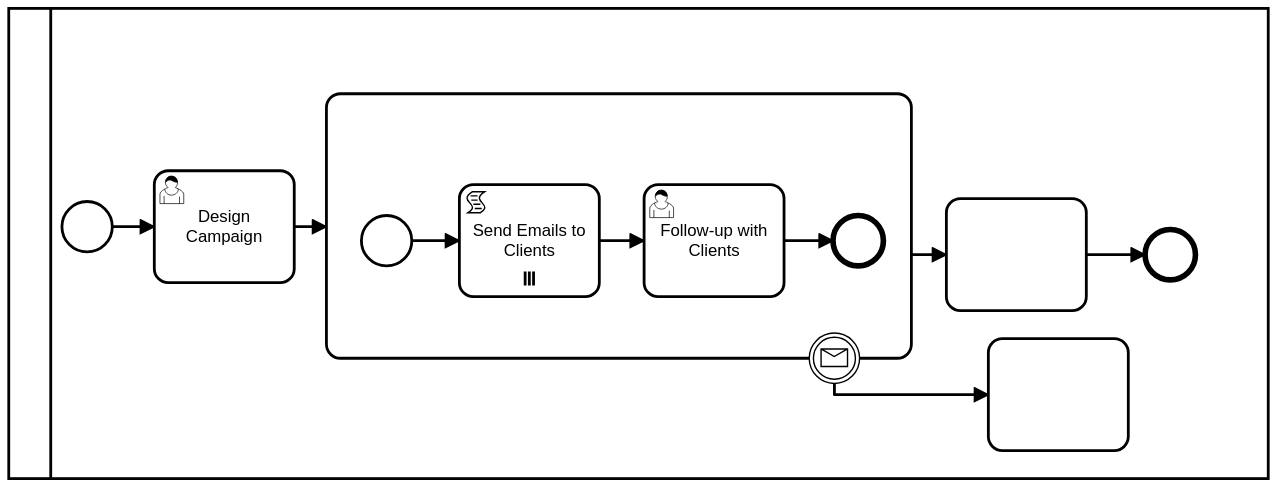
This is WebApp/processes/SubProcess.svg from bpmnServer/bpmn-server, a BPMN export, as it was before one commit. Its source is kept beside it as WebApp/processes/SubProcess.bpmn. Ids are renumbered.
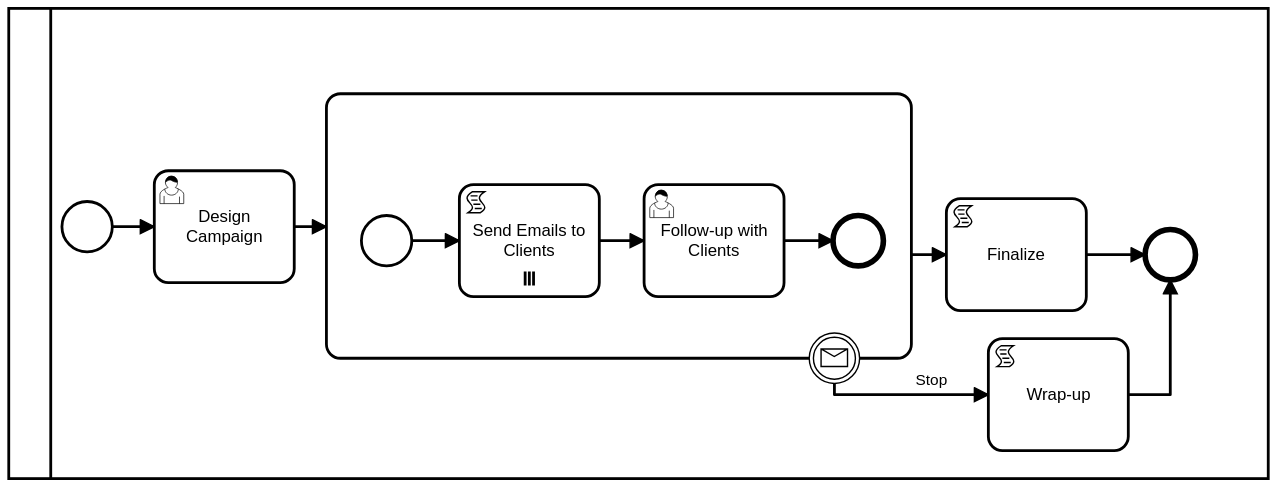
Above is the later version.

Diff of the diagram source:
```diff
@@ -64,19 +64,22 @@
         </camunda:executionListener>
       </bpmn2:extensionElements>
       <bpmn2:incoming>Flow_n11</bpmn2:incoming>
+      <bpmn2:incoming>Flow_n18</bpmn2:incoming>
     </bpmn2:endEvent>
-    <bpmn2:task id="Activity_n10">
-      <bpmn2:incoming>Flow_n6</bpmn2:incoming>
-      <bpmn2:outgoing>Flow_n11</bpmn2:outgoing>
-    </bpmn2:task>
-    <bpmn2:sequenceFlow id="Flow_n13" sourceRef="Event_n14" targetRef="Activity_n15" />
-    <bpmn2:task id="Activity_n15">
-      <bpmn2:incoming>Flow_n13</bpmn2:incoming>
-    </bpmn2:task>
+    <bpmn2:sequenceFlow id="Flow_n13" name="Stop" sourceRef="Event_n14" targetRef="Activity_n15" />
     <bpmn2:boundaryEvent id="Event_n14" attachedToRef="task_subProcess">
       <bpmn2:outgoing>Flow_n13</bpmn2:outgoing>
       <bpmn2:messageEventDefinition id="MessageEventDefinition_n16" messageRef="Message_n17" />
     </bpmn2:boundaryEvent>
+    <bpmn2:sequenceFlow id="Flow_n18" sourceRef="Activity_n15" targetRef="EndEvent_n12" />
+    <bpmn2:scriptTask id="Activity_n10" name="Finalize">
+      <bpmn2:incoming>Flow_n6</bpmn2:incoming>
+      <bpmn2:outgoing>Flow_n11</bpmn2:outgoing>
+    </bpmn2:scriptTask>
+    <bpmn2:scriptTask id="Activity_n15" name="Wrap-up">
+      <bpmn2:incoming>Flow_n13</bpmn2:incoming>
+      <bpmn2:outgoing>Flow_n18</bpmn2:outgoing>
+    </bpmn2:scriptTask>
   </bpmn2:process>
   <bpmn2:message id="Message_n17" name="Cancel_Campaign" />
   <bpmndi:BPMNDiagram id="BPMNDiagram_1">
@@ -88,6 +91,9 @@
         <di:waypoint x="730" y="282" />
         <di:waypoint x="730" y="290" />
         <di:waypoint x="840" y="290" />
+        <bpmndi:BPMNLabel>
+          <dc:Bounds x="788" y="273" width="23" height="14" />
+        </bpmndi:BPMNLabel>
       </bpmndi:BPMNEdge>
       <bpmndi:BPMNEdge id="Flow_n11_di" bpmnElement="Flow_n11">
         <di:waypoint x="910" y="190" />
@@ -111,11 +117,22 @@
           <dc:Bounds x="184" y="149" width="90" height="12" />
         </bpmndi:BPMNLabel>
       </bpmndi:BPMNEdge>
+      <bpmndi:BPMNEdge id="Flow_n18_di" bpmnElement="Flow_n18">
+        <di:waypoint x="940" y="290" />
+        <di:waypoint x="970" y="290" />
+        <di:waypoint x="970" y="208" />
+      </bpmndi:BPMNEdge>
       <bpmndi:BPMNShape id="StartEvent_n3_di" bpmnElement="StartEvent_n3">
         <dc:Bounds x="178" y="152" width="36" height="36" />
         <bpmndi:BPMNLabel>
           <dc:Bounds x="151" y="192" width="90" height="12" />
         </bpmndi:BPMNLabel>
+      </bpmndi:BPMNShape>
+      <bpmndi:BPMNShape id="Activity_1bsd6nr_di" bpmnElement="Activity_n10">
+        <dc:Bounds x="810" y="150" width="100" height="80" />
+      </bpmndi:BPMNShape>
+      <bpmndi:BPMNShape id="Activity_1us56p3_di" bpmnElement="Activity_n15">
+        <dc:Bounds x="840" y="250" width="100" height="80" />
       </bpmndi:BPMNShape>
       <bpmndi:BPMNShape id="SubProcess_1n2k7z1_di" bpmnElement="task_subProcess" isExpanded="true">
         <dc:Bounds x="367" y="75" width="418" height="189" />
@@ -168,12 +185,6 @@
           <dc:Bounds x="790" y="192" width="90" height="12" />
         </bpmndi:BPMNLabel>
       </bpmndi:BPMNShape>
-      <bpmndi:BPMNShape id="Activity_n10_di" bpmnElement="Activity_n10">
-        <dc:Bounds x="810" y="150" width="100" height="80" />
-      </bpmndi:BPMNShape>
-      <bpmndi:BPMNShape id="Activity_n15_di" bpmnElement="Activity_n15">
-        <dc:Bounds x="840" y="250" width="100" height="80" />
-      </bpmndi:BPMNShape>
       <bpmndi:BPMNShape id="Event_1ydqp59_di" bpmnElement="Event_n14">
         <dc:Bounds x="712" y="246" width="36" height="36" />
       </bpmndi:BPMNShape>
```
